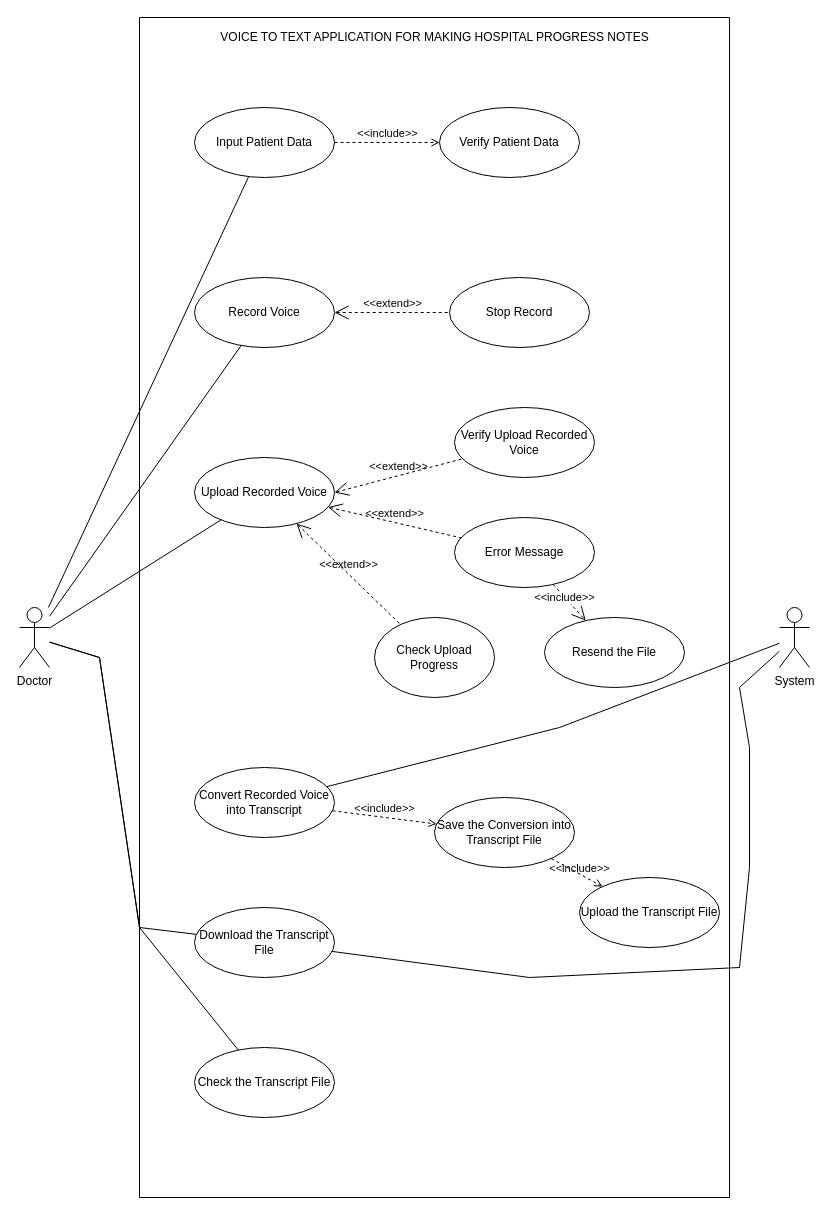
Above: Diagram/Use Case Diagram.drawio in fauzan923/Framework-dan-Use-Case-Artificial-Intelligence (draw.io), before the change. Source tidied: cells renumbered, new cells numbered last; positions are measured from the earlier drawing's top-left corner, leaving out a move shared by most shapes. Both pictures are drawn from the tidied source at 100%, with x=0, y=0 at pixel (19, 17).
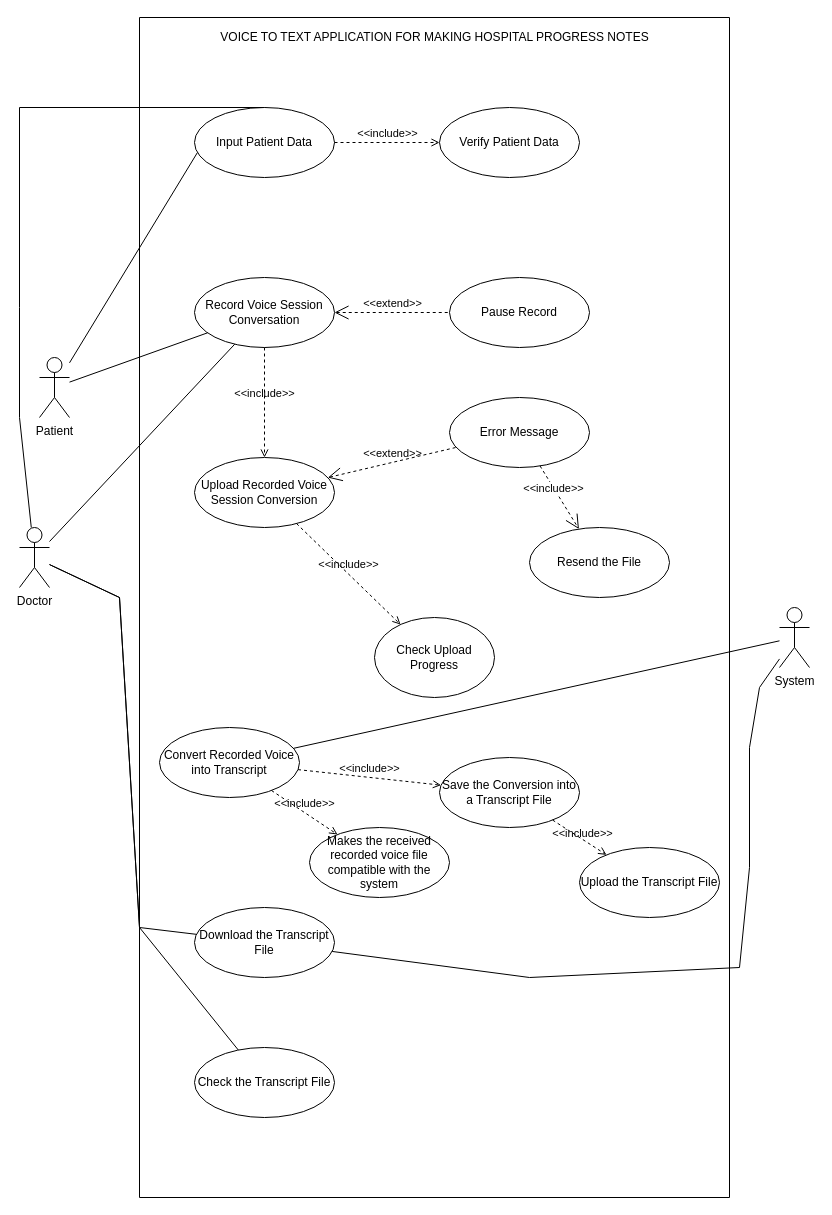
After the change.

Unchanged cells that the change refers to:
```xml
<mxCell id="2" style="swimlane;startSize=0;" parent="1" vertex="1">
  <mxGeometry x="120" width="590" height="1180" as="geometry" />
</mxCell>
<mxCell id="5" value="Input Patient Data" style="ellipse;whiteSpace=wrap;html=1;" parent="2" vertex="1">
  <mxGeometry x="55" y="90" width="140" height="70" as="geometry" />
</mxCell>
<mxCell id="16" value="Check Upload Progress" style="ellipse;whiteSpace=wrap;html=1;" parent="2" vertex="1">
  <mxGeometry x="235" y="600" width="120" height="80" as="geometry" />
</mxCell>
<mxCell id="22" value="Download the Transcript File" style="ellipse;whiteSpace=wrap;html=1;" parent="2" vertex="1">
  <mxGeometry x="55" y="890" width="140" height="70" as="geometry" />
</mxCell>
<mxCell id="23" value="Check the Transcript File" style="ellipse;whiteSpace=wrap;html=1;" parent="2" vertex="1">
  <mxGeometry x="55" y="1030" width="140" height="70" as="geometry" />
</mxCell>
<mxCell id="30" value="System" style="shape=umlActor;html=1;verticalLabelPosition=bottom;verticalAlign=top;align=center;" parent="1" vertex="1">
  <mxGeometry x="760" y="590" width="30" height="60" as="geometry" />
</mxCell>
```

The edit, as a diff of the source:
```diff
@@
-    <mxCell id="4" value="&lt;span style=&quot;&quot;&gt;Record Voice&lt;/span&gt;" style="ellipse;whiteSpace=wrap;html=1;" parent="2" vertex="1">
+    <mxCell id="4" value="&lt;span style=&quot;&quot;&gt;Record Voice Session Conversation&lt;/span&gt;" style="ellipse;whiteSpace=wrap;html=1;" parent="2" vertex="1">
       <mxGeometry x="55" y="260" width="140" height="70" as="geometry" />
     </mxCell>
@@
-    <mxCell id="6" value="Upload Recorded Voice" style="ellipse;whiteSpace=wrap;html=1;" parent="2" vertex="1">
+    <mxCell id="6" value="Upload Recorded Voice Session Conversion" style="ellipse;whiteSpace=wrap;html=1;" parent="2" vertex="1">
       <mxGeometry x="55" y="440" width="140" height="70" as="geometry" />
     </mxCell>
-    <mxCell id="7" value="Verify Upload Recorded Voice" style="ellipse;whiteSpace=wrap;html=1;" parent="2" vertex="1">
-      <mxGeometry x="315" y="390" width="140" height="70" as="geometry" />
-    </mxCell>
     <mxCell id="8" value="Error Message" style="ellipse;whiteSpace=wrap;html=1;" parent="2" vertex="1">
-      <mxGeometry x="315" y="500" width="140" height="70" as="geometry" />
+      <mxGeometry x="310" y="380" width="140" height="70" as="geometry" />
     </mxCell>
     <mxCell id="9" value="Resend the File" style="ellipse;whiteSpace=wrap;html=1;" parent="2" vertex="1">
-      <mxGeometry x="405" y="600" width="140" height="70" as="geometry" />
+      <mxGeometry x="390" y="510" width="140" height="70" as="geometry" />
     </mxCell>
@@
-    <mxCell id="11" value="&amp;lt;&amp;lt;extend&amp;gt;&amp;gt;" style="edgeStyle=none;html=1;startArrow=open;endArrow=none;startSize=12;verticalAlign=bottom;dashed=1;labelBackgroundColor=none;rounded=0;exitX=1;exitY=0.5;exitDx=0;exitDy=0;" parent="2" edge="1" source="6" target="7">
-      <mxGeometry relative="1" as="geometry" />
-    </mxCell>
@@
-    <mxCell id="13" value="Stop Record" style="ellipse;whiteSpace=wrap;html=1;" parent="2" vertex="1">
+    <mxCell id="13" value="Pause Record" style="ellipse;whiteSpace=wrap;html=1;" parent="2" vertex="1">
       <mxGeometry x="310" y="260" width="140" height="70" as="geometry" />
     </mxCell>
@@
     <mxCell id="15" value="Convert Recorded Voice into Transcript" style="ellipse;whiteSpace=wrap;html=1;" parent="2" vertex="1">
-      <mxGeometry x="55" y="750" width="140" height="70" as="geometry" />
+      <mxGeometry x="20" y="710" width="140" height="70" as="geometry" />
     </mxCell>
@@
-    <mxCell id="17" value="&amp;lt;&amp;lt;extend&amp;gt;&amp;gt;" style="edgeStyle=none;html=1;startArrow=open;endArrow=none;startSize=12;verticalAlign=bottom;dashed=1;labelBackgroundColor=none;rounded=0;" parent="2" edge="1" source="6" target="16">
-      <mxGeometry relative="1" as="geometry" />
-    </mxCell>
-    <mxCell id="18" value="Save the Conversion into Transcript File" style="ellipse;whiteSpace=wrap;html=1;" parent="2" vertex="1">
-      <mxGeometry x="295" y="780" width="140" height="70" as="geometry" />
+    <mxCell id="18" value="Save the Conversion into a Transcript File" style="ellipse;whiteSpace=wrap;html=1;" parent="2" vertex="1">
+      <mxGeometry x="300" y="740" width="140" height="70" as="geometry" />
     </mxCell>
@@
     <mxCell id="20" value="Upload the Transcript File" style="ellipse;whiteSpace=wrap;html=1;" parent="2" vertex="1">
-      <mxGeometry x="440" y="860" width="140" height="70" as="geometry" />
+      <mxGeometry x="440" y="830" width="140" height="70" as="geometry" />
     </mxCell>
@@
+    <mxCell id="35" value="&amp;lt;&amp;lt;include&amp;gt;&amp;gt;" style="edgeStyle=none;html=1;endArrow=open;verticalAlign=bottom;dashed=1;labelBackgroundColor=none;rounded=0;" parent="2" edge="1" source="4" target="6">
+      <mxGeometry relative="1" as="geometry" />
+    </mxCell>
+    <mxCell id="17" value="&amp;lt;&amp;lt;include&amp;gt;&amp;gt;" style="edgeStyle=none;html=1;endArrow=open;verticalAlign=bottom;dashed=1;labelBackgroundColor=none;rounded=0;" parent="2" edge="1" source="6" target="16">
+      <mxGeometry relative="1" as="geometry" />
+    </mxCell>
+    <mxCell id="36" value="Makes the received recorded voice file compatible with the system" style="ellipse;whiteSpace=wrap;html=1;" parent="2" vertex="1">
+      <mxGeometry x="170" y="810" width="140" height="70" as="geometry" />
+    </mxCell>
+    <mxCell id="37" value="&amp;lt;&amp;lt;include&amp;gt;&amp;gt;" style="edgeStyle=none;html=1;endArrow=open;verticalAlign=bottom;dashed=1;labelBackgroundColor=none;rounded=0;" parent="2" edge="1" source="15" target="36">
+      <mxGeometry relative="1" as="geometry" />
+    </mxCell>
     <mxCell id="26" value="Doctor" style="shape=umlActor;verticalLabelPosition=bottom;verticalAlign=top;html=1;" parent="1" vertex="1">
-      <mxGeometry y="590" width="30" height="60" as="geometry" />
+      <mxGeometry y="510" width="30" height="60" as="geometry" />
     </mxCell>
-    <mxCell id="27" style="edgeStyle=none;html=1;endArrow=none;verticalAlign=bottom;rounded=0;" parent="1" edge="1" source="26" target="5">
-      <mxGeometry relative="1" as="geometry" />
+    <mxCell id="27" style="edgeStyle=none;html=1;endArrow=none;verticalAlign=bottom;rounded=0;entryX=0.5;entryY=0;entryDx=0;entryDy=0;" parent="1" edge="1" source="26" target="5">
+      <mxGeometry relative="1" as="geometry">
+        <Array as="points">
+          <mxPoint y="400" />
+          <mxPoint y="290" />
+          <mxPoint y="90" />
+        </Array>
+      </mxGeometry>
     </mxCell>
@@
-    <mxCell id="29" style="edgeStyle=none;html=1;endArrow=none;verticalAlign=bottom;rounded=0;" parent="1" edge="1" source="26" target="6">
-      <mxGeometry relative="1" as="geometry" />
-    </mxCell>
@@
     <mxCell id="31" style="edgeStyle=none;html=1;endArrow=none;verticalAlign=bottom;rounded=0;" parent="1" edge="1" source="30" target="15">
-      <mxGeometry relative="1" as="geometry">
-        <Array as="points">
-          <mxPoint x="540" y="710" />
-        </Array>
-      </mxGeometry>
+      <mxGeometry relative="1" as="geometry" />
     </mxCell>
     <mxCell id="32" style="edgeStyle=none;html=1;endArrow=none;verticalAlign=bottom;rounded=0;" parent="1" edge="1" source="26" target="23">
       <mxGeometry relative="1" as="geometry">
         <Array as="points">
-          <mxPoint x="80" y="640" />
+          <mxPoint x="100" y="580" />
           <mxPoint x="120" y="910" />
         </Array>
       </mxGeometry>
     </mxCell>
     <mxCell id="33" style="edgeStyle=none;html=1;endArrow=none;verticalAlign=bottom;rounded=0;" parent="1" edge="1" source="30" target="22">
       <mxGeometry relative="1" as="geometry">
         <Array as="points">
-          <mxPoint x="720" y="670" />
+          <mxPoint x="740" y="670" />
           <mxPoint x="730" y="730" />
           <mxPoint x="730" y="850" />
           <mxPoint x="720" y="950" />
           <mxPoint x="510" y="960" />
         </Array>
       </mxGeometry>
     </mxCell>
     <mxCell id="34" style="edgeStyle=none;html=1;endArrow=none;verticalAlign=bottom;rounded=0;" parent="1" edge="1" source="26" target="22">
       <mxGeometry relative="1" as="geometry">
         <Array as="points">
-          <mxPoint x="80" y="640" />
+          <mxPoint x="100" y="580" />
           <mxPoint x="120" y="910" />
         </Array>
       </mxGeometry>
     </mxCell>
+    <mxCell id="38" value="Patient" style="shape=umlActor;verticalLabelPosition=bottom;verticalAlign=top;html=1;outlineConnect=0;" parent="1" vertex="1">
+      <mxGeometry x="20" y="340" width="30" height="60" as="geometry" />
+    </mxCell>
+    <mxCell id="39" style="edgeStyle=none;html=1;endArrow=none;verticalAlign=bottom;rounded=0;entryX=0.021;entryY=0.643;entryDx=0;entryDy=0;entryPerimeter=0;" parent="1" edge="1" source="38" target="5">
+      <mxGeometry relative="1" as="geometry" />
+    </mxCell>
+    <mxCell id="40" style="edgeStyle=none;html=1;endArrow=none;verticalAlign=bottom;rounded=0;" parent="1" edge="1" source="38" target="4">
+      <mxGeometry relative="1" as="geometry" />
+    </mxCell>
```
